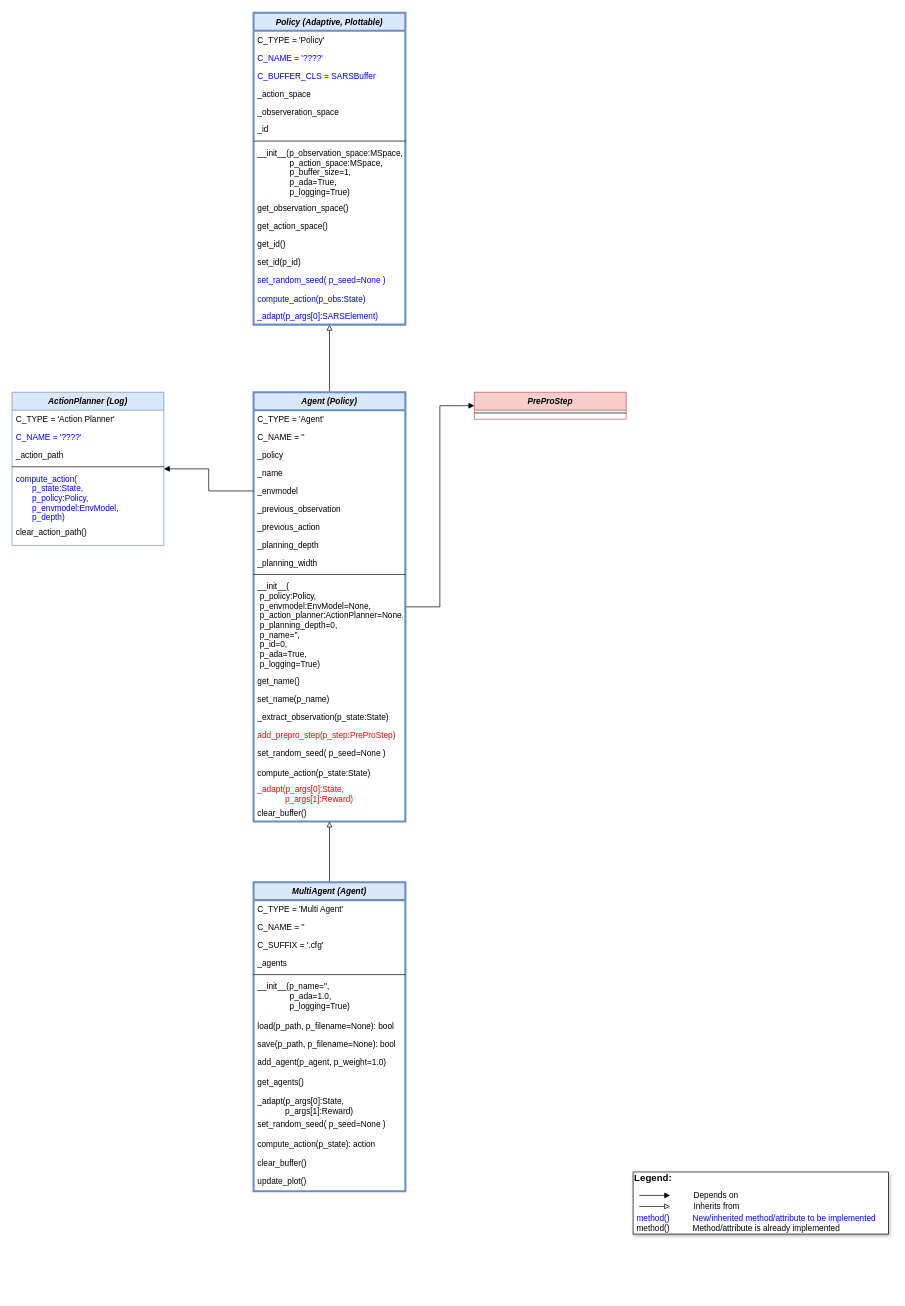
fhswf/MLPro keeps this draw.io diagram as doc/rl/03 agents/MLPro-RL-Agents class diagram.drawio. Above is the earlier version. Source tidied: cells renumbered, new cells numbered last; positions are measured from the earlier drawing's top-left corner, leaving out a move shared by most shapes. Both pictures are drawn from the tidied source at 69%, with x=0, y=0 at pixel (12, 12).
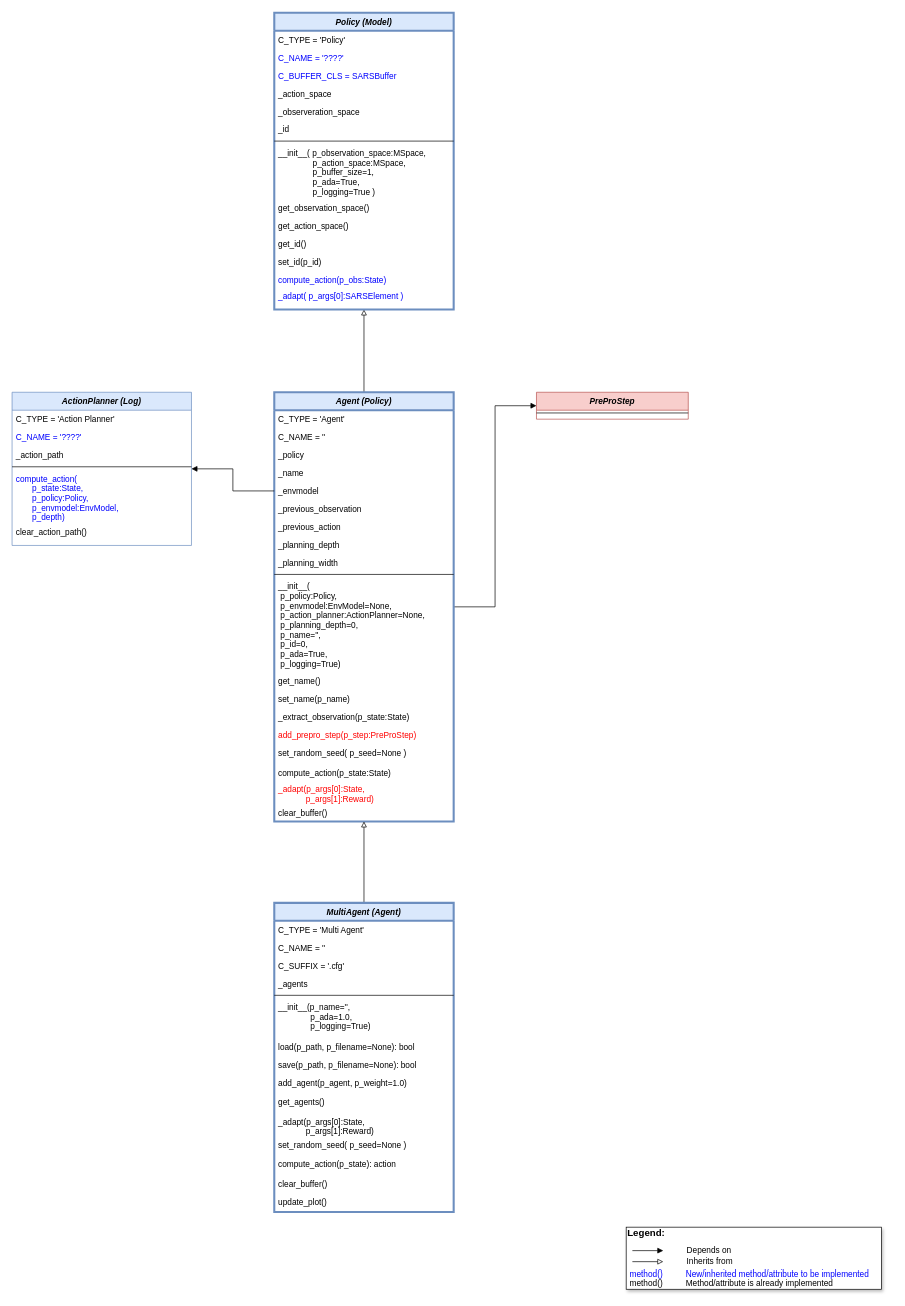
Above is the later version.

The edit, as a diff of the source:
```diff
@@
     <mxCell id="4" value="Agent (Policy)" style="swimlane;fontStyle=3;align=center;verticalAlign=top;horizontal=1;startSize=26;rounded=0;shadow=0;strokeWidth=3;fillColor=#dae8fc;strokeColor=#6c8ebf;" parent="1" vertex="1">
-      <mxGeometry x="350" y="550" width="220" height="622" as="geometry" />
+      <mxGeometry x="380" y="550" width="260" height="622" as="geometry" />
     </mxCell>
     <mxCell id="5" value="C_TYPE = 'Agent'" style="text;align=left;verticalAlign=top;spacingLeft=4;spacingRight=4;overflow=hidden;" parent="4" vertex="1">
-      <mxGeometry y="26" width="220" height="26" as="geometry" />
+      <mxGeometry y="26" width="260" height="26" as="geometry" />
     </mxCell>
     <mxCell id="6" value="C_NAME = ''" style="text;align=left;verticalAlign=top;spacingLeft=4;spacingRight=4;overflow=hidden;" parent="4" vertex="1">
-      <mxGeometry y="52" width="220" height="26" as="geometry" />
+      <mxGeometry y="52" width="260" height="26" as="geometry" />
     </mxCell>
     <mxCell id="7" value="_policy" style="text;align=left;verticalAlign=top;spacingLeft=4;spacingRight=4;overflow=hidden;" parent="4" vertex="1">
-      <mxGeometry y="78" width="220" height="26" as="geometry" />
+      <mxGeometry y="78" width="260" height="26" as="geometry" />
     </mxCell>
     <mxCell id="8" value="_name" style="text;align=left;verticalAlign=top;spacingLeft=4;spacingRight=4;overflow=hidden;" parent="4" vertex="1">
-      <mxGeometry y="104" width="220" height="26" as="geometry" />
+      <mxGeometry y="104" width="260" height="26" as="geometry" />
     </mxCell>
     <mxCell id="9" value="_envmodel" style="text;align=left;verticalAlign=top;spacingLeft=4;spacingRight=4;overflow=hidden;points=[[0,0.5],[1,0.5]];portConstraint=eastwest;" parent="4" vertex="1">
-      <mxGeometry y="130" width="220" height="26" as="geometry" />
+      <mxGeometry y="130" width="260" height="26" as="geometry" />
     </mxCell>
     <mxCell id="10" value="_previous_observation" style="text;align=left;verticalAlign=top;spacingLeft=4;spacingRight=4;overflow=hidden;" parent="4" vertex="1">
-      <mxGeometry y="156" width="220" height="26" as="geometry" />
+      <mxGeometry y="156" width="260" height="26" as="geometry" />
     </mxCell>
     <mxCell id="11" value="_previous_action" style="text;align=left;verticalAlign=top;spacingLeft=4;spacingRight=4;overflow=hidden;" parent="4" vertex="1">
-      <mxGeometry y="182" width="220" height="26" as="geometry" />
+      <mxGeometry y="182" width="260" height="26" as="geometry" />
     </mxCell>
     <mxCell id="12" value="_planning_depth" style="text;align=left;verticalAlign=top;spacingLeft=4;spacingRight=4;overflow=hidden;" parent="4" vertex="1">
-      <mxGeometry y="208" width="220" height="26" as="geometry" />
+      <mxGeometry y="208" width="260" height="26" as="geometry" />
     </mxCell>
     <mxCell id="13" value="_planning_width" style="text;align=left;verticalAlign=top;spacingLeft=4;spacingRight=4;overflow=hidden;" parent="4" vertex="1">
-      <mxGeometry y="234" width="220" height="26" as="geometry" />
+      <mxGeometry y="234" width="260" height="26" as="geometry" />
     </mxCell>
     <mxCell id="14" style="line;html=1;strokeWidth=1;align=left;verticalAlign=middle;spacingTop=-1;spacingLeft=3;spacingRight=3;labelPosition=right;" parent="4" vertex="1">
-      <mxGeometry y="260" width="220" height="8" as="geometry" />
+      <mxGeometry y="260" width="260" height="8" as="geometry" />
     </mxCell>
     <mxCell id="15" value="__init__(&#10; p_policy:Policy,&#10; p_envmodel:EnvModel=None,&#10; p_action_planner:ActionPlanner=None,&#10; p_planning_depth=0,&#10; p_name='',&#10; p_id=0,&#10; p_ada=True, &#10; p_logging=True)" style="text;align=left;verticalAlign=top;spacingLeft=4;spacingRight=4;overflow=hidden;" parent="4" vertex="1">
-      <mxGeometry y="268" width="220" height="138" as="geometry" />
+      <mxGeometry y="268" width="260" height="138" as="geometry" />
     </mxCell>
     <mxCell id="16" value="get_name()" style="text;align=left;verticalAlign=top;spacingLeft=4;spacingRight=4;overflow=hidden;" parent="4" vertex="1">
-      <mxGeometry y="406" width="220" height="26" as="geometry" />
+      <mxGeometry y="406" width="260" height="26" as="geometry" />
     </mxCell>
     <mxCell id="17" value="set_name(p_name)" style="text;align=left;verticalAlign=top;spacingLeft=4;spacingRight=4;overflow=hidden;" parent="4" vertex="1">
-      <mxGeometry y="432" width="220" height="26" as="geometry" />
+      <mxGeometry y="432" width="260" height="26" as="geometry" />
     </mxCell>
     <mxCell id="18" value="_extract_observation(p_state:State)" style="text;align=left;verticalAlign=top;spacingLeft=4;spacingRight=4;overflow=hidden;" parent="4" vertex="1">
-      <mxGeometry y="458" width="220" height="26" as="geometry" />
+      <mxGeometry y="458" width="260" height="26" as="geometry" />
     </mxCell>
     <mxCell id="19" value="add_prepro_step(p_step:PreProStep)" style="text;align=left;verticalAlign=top;spacingLeft=4;spacingRight=4;overflow=hidden;fontColor=#FF0000;labelBorderColor=none;" parent="4" vertex="1">
-      <mxGeometry y="484" width="220" height="26" as="geometry" />
+      <mxGeometry y="484" width="260" height="26" as="geometry" />
     </mxCell>
     <mxCell id="20" value="set_random_seed( p_seed=None )" style="text;align=left;verticalAlign=top;spacingLeft=4;spacingRight=4;overflow=hidden;" parent="4" vertex="1">
-      <mxGeometry y="510" width="220" height="28" as="geometry" />
+      <mxGeometry y="510" width="260" height="28" as="geometry" />
     </mxCell>
     <mxCell id="21" value="compute_action(p_state:State)" style="text;align=left;verticalAlign=top;spacingLeft=4;spacingRight=4;overflow=hidden;" parent="4" vertex="1">
-      <mxGeometry y="538" width="220" height="24" as="geometry" />
+      <mxGeometry y="538" width="260" height="24" as="geometry" />
     </mxCell>
     <mxCell id="22" value="_adapt(p_args[0]:State, &#10;            p_args[1]:Reward)" style="text;align=left;verticalAlign=top;spacingLeft=4;spacingRight=4;overflow=hidden;fontColor=#FF0000;" parent="4" vertex="1">
-      <mxGeometry y="562" width="220" height="34" as="geometry" />
+      <mxGeometry y="562" width="260" height="34" as="geometry" />
     </mxCell>
     <mxCell id="23" value="clear_buffer()" style="text;align=left;verticalAlign=top;spacingLeft=4;spacingRight=4;overflow=hidden;" parent="4" vertex="1">
-      <mxGeometry y="596" width="220" height="26" as="geometry" />
+      <mxGeometry y="596" width="260" height="26" as="geometry" />
     </mxCell>
@@
     <mxCell id="25" value="MultiAgent (Agent)" style="swimlane;fontStyle=3;align=center;verticalAlign=top;horizontal=1;startSize=26;rounded=0;shadow=0;strokeWidth=3;fillColor=#dae8fc;strokeColor=#6c8ebf;" parent="1" vertex="1">
-      <mxGeometry x="350" y="1260" width="220" height="448" as="geometry" />
+      <mxGeometry x="380" y="1290" width="260" height="448" as="geometry" />
     </mxCell>
     <mxCell id="26" value="C_TYPE = 'Multi Agent'" style="text;align=left;verticalAlign=top;spacingLeft=4;spacingRight=4;overflow=hidden;" parent="25" vertex="1">
-      <mxGeometry y="26" width="220" height="26" as="geometry" />
+      <mxGeometry y="26" width="260" height="26" as="geometry" />
     </mxCell>
     <mxCell id="27" value="C_NAME = ''" style="text;align=left;verticalAlign=top;spacingLeft=4;spacingRight=4;overflow=hidden;" parent="25" vertex="1">
-      <mxGeometry y="52" width="220" height="26" as="geometry" />
+      <mxGeometry y="52" width="260" height="26" as="geometry" />
     </mxCell>
     <mxCell id="28" value="C_SUFFIX = '.cfg'" style="text;align=left;verticalAlign=top;spacingLeft=4;spacingRight=4;overflow=hidden;" parent="25" vertex="1">
-      <mxGeometry y="78" width="220" height="26" as="geometry" />
+      <mxGeometry y="78" width="260" height="26" as="geometry" />
     </mxCell>
     <mxCell id="29" value="_agents" style="text;align=left;verticalAlign=top;spacingLeft=4;spacingRight=4;overflow=hidden;" parent="25" vertex="1">
-      <mxGeometry y="104" width="220" height="26" as="geometry" />
+      <mxGeometry y="104" width="260" height="26" as="geometry" />
     </mxCell>
     <mxCell id="30" style="line;html=1;strokeWidth=1;align=left;verticalAlign=middle;spacingTop=-1;spacingLeft=3;spacingRight=3;labelPosition=right;" parent="25" vertex="1">
-      <mxGeometry y="130" width="220" height="8" as="geometry" />
+      <mxGeometry y="130" width="260" height="8" as="geometry" />
     </mxCell>
     <mxCell id="31" value="__init__(p_name='',&#10;              p_ada=1.0,&#10;              p_logging=True)" style="text;align=left;verticalAlign=top;spacingLeft=4;spacingRight=4;overflow=hidden;" parent="25" vertex="1">
-      <mxGeometry y="138" width="220" height="58" as="geometry" />
+      <mxGeometry y="138" width="260" height="58" as="geometry" />
     </mxCell>
     <mxCell id="32" value="load(p_path, p_filename=None): bool" style="text;align=left;verticalAlign=top;spacingLeft=4;spacingRight=4;overflow=hidden;" parent="25" vertex="1">
-      <mxGeometry y="196" width="220" height="26" as="geometry" />
+      <mxGeometry y="196" width="260" height="26" as="geometry" />
     </mxCell>
     <mxCell id="33" value="save(p_path, p_filename=None): bool" style="text;align=left;verticalAlign=top;spacingLeft=4;spacingRight=4;overflow=hidden;" parent="25" vertex="1">
-      <mxGeometry y="222" width="220" height="26" as="geometry" />
+      <mxGeometry y="222" width="260" height="26" as="geometry" />
     </mxCell>
     <mxCell id="34" value="add_agent(p_agent, p_weight=1.0)" style="text;align=left;verticalAlign=top;spacingLeft=4;spacingRight=4;overflow=hidden;" parent="25" vertex="1">
-      <mxGeometry y="248" width="220" height="28" as="geometry" />
+      <mxGeometry y="248" width="260" height="28" as="geometry" />
     </mxCell>
     <mxCell id="35" value="get_agents()" style="text;align=left;verticalAlign=top;spacingLeft=4;spacingRight=4;overflow=hidden;" parent="25" vertex="1">
-      <mxGeometry y="276" width="220" height="28" as="geometry" />
+      <mxGeometry y="276" width="260" height="28" as="geometry" />
     </mxCell>
     <mxCell id="36" value="_adapt(p_args[0]:State, &#10;            p_args[1]:Reward)" style="text;align=left;verticalAlign=top;spacingLeft=4;spacingRight=4;overflow=hidden;" parent="25" vertex="1">
-      <mxGeometry y="304" width="220" height="34" as="geometry" />
+      <mxGeometry y="304" width="260" height="34" as="geometry" />
     </mxCell>
     <mxCell id="37" value="set_random_seed( p_seed=None )" style="text;align=left;verticalAlign=top;spacingLeft=4;spacingRight=4;overflow=hidden;" parent="25" vertex="1">
-      <mxGeometry y="338" width="220" height="28" as="geometry" />
+      <mxGeometry y="338" width="260" height="28" as="geometry" />
     </mxCell>
     <mxCell id="38" value="compute_action(p_state): action" style="text;align=left;verticalAlign=top;spacingLeft=4;spacingRight=4;overflow=hidden;" parent="25" vertex="1">
-      <mxGeometry y="366" width="220" height="28" as="geometry" />
+      <mxGeometry y="366" width="260" height="28" as="geometry" />
     </mxCell>
     <mxCell id="39" value="clear_buffer()" style="text;align=left;verticalAlign=top;spacingLeft=4;spacingRight=4;overflow=hidden;" parent="25" vertex="1">
-      <mxGeometry y="394" width="220" height="26" as="geometry" />
+      <mxGeometry y="394" width="260" height="26" as="geometry" />
     </mxCell>
     <mxCell id="40" value="update_plot()" style="text;align=left;verticalAlign=top;spacingLeft=4;spacingRight=4;overflow=hidden;" parent="25" vertex="1">
-      <mxGeometry y="420" width="220" height="28" as="geometry" />
+      <mxGeometry y="420" width="260" height="28" as="geometry" />
     </mxCell>
     <mxCell id="41" style="group;" parent="1" vertex="1">
-      <mxGeometry x="900" y="1680" width="370" height="90" as="geometry" />
+      <mxGeometry x="890" y="1760" width="370" height="90" as="geometry" />
     </mxCell>
@@
-    <mxCell id="45" value="Policy (Adaptive, Plottable)" style="swimlane;fontStyle=3;align=center;verticalAlign=top;horizontal=1;startSize=26;rounded=0;shadow=0;strokeWidth=3;fillColor=#dae8fc;strokeColor=#6c8ebf;" parent="1" vertex="1">
-      <mxGeometry x="350" width="220" height="452" as="geometry" />
+    <mxCell id="45" value="Policy (Model)" style="swimlane;fontStyle=3;align=center;verticalAlign=top;horizontal=1;startSize=26;rounded=0;shadow=0;strokeWidth=3;fillColor=#dae8fc;strokeColor=#6c8ebf;" parent="1" vertex="1">
+      <mxGeometry x="380" width="260" height="430" as="geometry" />
     </mxCell>
     <mxCell id="46" value="C_TYPE = 'Policy'" style="text;align=left;verticalAlign=top;spacingLeft=4;spacingRight=4;overflow=hidden;" parent="45" vertex="1">
-      <mxGeometry y="26" width="220" height="26" as="geometry" />
+      <mxGeometry y="26" width="260" height="26" as="geometry" />
     </mxCell>
     <mxCell id="47" value="C_NAME = '????'" style="text;align=left;verticalAlign=top;spacingLeft=4;spacingRight=4;overflow=hidden;fontColor=#0000FF;" parent="45" vertex="1">
-      <mxGeometry y="52" width="220" height="26" as="geometry" />
+      <mxGeometry y="52" width="260" height="26" as="geometry" />
     </mxCell>
     <mxCell id="48" value="C_BUFFER_CLS = SARSBuffer" style="text;align=left;verticalAlign=top;spacingLeft=4;spacingRight=4;overflow=hidden;fontColor=#0000FF;" parent="45" vertex="1">
-      <mxGeometry y="78" width="220" height="26" as="geometry" />
+      <mxGeometry y="78" width="260" height="26" as="geometry" />
     </mxCell>
     <mxCell id="49" value="_action_space" style="text;align=left;verticalAlign=top;spacingLeft=4;spacingRight=4;overflow=hidden;" parent="45" vertex="1">
-      <mxGeometry y="104" width="220" height="26" as="geometry" />
+      <mxGeometry y="104" width="260" height="26" as="geometry" />
     </mxCell>
     <mxCell id="50" value="_observeration_space" style="text;align=left;verticalAlign=top;spacingLeft=4;spacingRight=4;overflow=hidden;" parent="45" vertex="1">
-      <mxGeometry y="130" width="220" height="26" as="geometry" />
+      <mxGeometry y="130" width="260" height="26" as="geometry" />
     </mxCell>
     <mxCell id="51" value="_id" style="text;align=left;verticalAlign=top;spacingLeft=4;spacingRight=4;overflow=hidden;" parent="45" vertex="1">
-      <mxGeometry y="156" width="220" height="26" as="geometry" />
+      <mxGeometry y="156" width="260" height="26" as="geometry" />
     </mxCell>
     <mxCell id="52" style="line;html=1;strokeWidth=1;align=left;verticalAlign=middle;spacingTop=-1;spacingLeft=3;spacingRight=3;labelPosition=right;" parent="45" vertex="1">
-      <mxGeometry y="182" width="220" height="8" as="geometry" />
+      <mxGeometry y="182" width="260" height="8" as="geometry" />
     </mxCell>
-    <mxCell id="53" value="__init__(p_observation_space:MSpace,&#10;              p_action_space:MSpace,&#10;              p_buffer_size=1,&#10;              p_ada=True, &#10;              p_logging=True)" style="text;align=left;verticalAlign=top;spacingLeft=4;spacingRight=4;overflow=hidden;" parent="45" vertex="1">
-      <mxGeometry y="190" width="220" height="80" as="geometry" />
+    <mxCell id="53" value="__init__( p_observation_space:MSpace,&#10;               p_action_space:MSpace,&#10;               p_buffer_size=1,&#10;               p_ada=True, &#10;               p_logging=True )" style="text;align=left;verticalAlign=top;spacingLeft=4;spacingRight=4;overflow=hidden;" parent="45" vertex="1">
+      <mxGeometry y="190" width="260" height="80" as="geometry" />
     </mxCell>
     <mxCell id="54" value="get_observation_space()" style="text;align=left;verticalAlign=top;spacingLeft=4;spacingRight=4;overflow=hidden;" parent="45" vertex="1">
-      <mxGeometry y="270" width="220" height="26" as="geometry" />
+      <mxGeometry y="270" width="260" height="26" as="geometry" />
     </mxCell>
     <mxCell id="55" value="get_action_space()" style="text;align=left;verticalAlign=top;spacingLeft=4;spacingRight=4;overflow=hidden;" parent="45" vertex="1">
-      <mxGeometry y="296" width="220" height="26" as="geometry" />
+      <mxGeometry y="296" width="260" height="26" as="geometry" />
     </mxCell>
     <mxCell id="56" value="get_id()" style="text;align=left;verticalAlign=top;spacingLeft=4;spacingRight=4;overflow=hidden;" parent="45" vertex="1">
-      <mxGeometry y="322" width="220" height="26" as="geometry" />
+      <mxGeometry y="322" width="260" height="26" as="geometry" />
     </mxCell>
     <mxCell id="57" value="set_id(p_id)" style="text;align=left;verticalAlign=top;spacingLeft=4;spacingRight=4;overflow=hidden;" parent="45" vertex="1">
-      <mxGeometry y="348" width="220" height="26" as="geometry" />
+      <mxGeometry y="348" width="260" height="26" as="geometry" />
     </mxCell>
-    <mxCell id="58" value="set_random_seed( p_seed=None )" style="text;align=left;verticalAlign=top;spacingLeft=4;spacingRight=4;overflow=hidden;fontColor=#0000FF;" parent="45" vertex="1">
-      <mxGeometry y="374" width="220" height="28" as="geometry" />
-    </mxCell>
     <mxCell id="59" value="compute_action(p_obs:State)" style="text;align=left;verticalAlign=top;spacingLeft=4;spacingRight=4;overflow=hidden;fontColor=#0000FF;" parent="45" vertex="1">
-      <mxGeometry y="402" width="220" height="24" as="geometry" />
+      <mxGeometry y="374" width="260" height="24" as="geometry" />
     </mxCell>
-    <mxCell id="60" value="_adapt(p_args[0]:SARSElement)" style="text;align=left;verticalAlign=top;spacingLeft=4;spacingRight=4;overflow=hidden;fontColor=#0000FF;" parent="45" vertex="1">
-      <mxGeometry y="426" width="220" height="26" as="geometry" />
+    <mxCell id="60" value="_adapt( p_args[0]:SARSElement )" style="text;align=left;verticalAlign=top;spacingLeft=4;spacingRight=4;overflow=hidden;fontColor=#0000FF;" parent="45" vertex="1">
+      <mxGeometry y="398" width="260" height="26" as="geometry" />
     </mxCell>
     <mxCell id="61" value="PreProStep" style="swimlane;fontStyle=3;align=center;verticalAlign=top;horizontal=1;startSize=26;rounded=0;shadow=0;strokeWidth=1;fillColor=#f8cecc;strokeColor=#b85450;" parent="1" vertex="1">
-      <mxGeometry x="670" y="550" width="220" height="39" as="geometry" />
+      <mxGeometry x="760" y="550" width="220" height="39" as="geometry" />
     </mxCell>
@@
     <mxCell id="63" value="ActionPlanner (Log)" style="swimlane;fontStyle=3;align=center;verticalAlign=top;horizontal=1;startSize=26;rounded=0;shadow=0;strokeWidth=1;fillColor=#dae8fc;strokeColor=#6c8ebf;" parent="1" vertex="1">
-      <mxGeometry y="550" width="220" height="222" as="geometry" />
+      <mxGeometry y="550" width="260" height="222" as="geometry" />
     </mxCell>
     <mxCell id="64" value="C_TYPE = 'Action Planner'" style="text;align=left;verticalAlign=top;spacingLeft=4;spacingRight=4;overflow=hidden;" parent="63" vertex="1">
-      <mxGeometry y="26" width="220" height="26" as="geometry" />
+      <mxGeometry y="26" width="260" height="26" as="geometry" />
     </mxCell>
     <mxCell id="65" value="C_NAME = '????'" style="text;align=left;verticalAlign=top;spacingLeft=4;spacingRight=4;overflow=hidden;fontColor=#0000FF;" parent="63" vertex="1">
-      <mxGeometry y="52" width="220" height="26" as="geometry" />
+      <mxGeometry y="52" width="260" height="26" as="geometry" />
     </mxCell>
     <mxCell id="66" value="_action_path" style="text;align=left;verticalAlign=top;spacingLeft=4;spacingRight=4;overflow=hidden;" parent="63" vertex="1">
-      <mxGeometry y="78" width="220" height="26" as="geometry" />
+      <mxGeometry y="78" width="260" height="26" as="geometry" />
     </mxCell>
     <mxCell id="67" style="line;html=1;strokeWidth=1;align=left;verticalAlign=middle;spacingTop=-1;spacingLeft=3;spacingRight=3;labelPosition=right;" parent="63" vertex="1">
-      <mxGeometry y="104" width="220" height="8" as="geometry" />
+      <mxGeometry y="104" width="260" height="8" as="geometry" />
     </mxCell>
     <mxCell id="68" value="compute_action(&#10;       p_state:State,&#10;       p_policy:Policy,&#10;       p_envmodel:EnvModel,&#10;       p_depth)" style="text;align=left;verticalAlign=top;spacingLeft=4;spacingRight=4;overflow=hidden;fontColor=#0000FF;" parent="63" vertex="1">
-      <mxGeometry y="112" width="220" height="78" as="geometry" />
+      <mxGeometry y="112" width="260" height="78" as="geometry" />
     </mxCell>
     <mxCell id="69" value="clear_action_path()" style="text;align=left;verticalAlign=top;spacingLeft=4;spacingRight=4;overflow=hidden;" parent="63" vertex="1">
-      <mxGeometry y="190" width="220" height="26" as="geometry" />
+      <mxGeometry y="190" width="260" height="26" as="geometry" />
     </mxCell>
```
